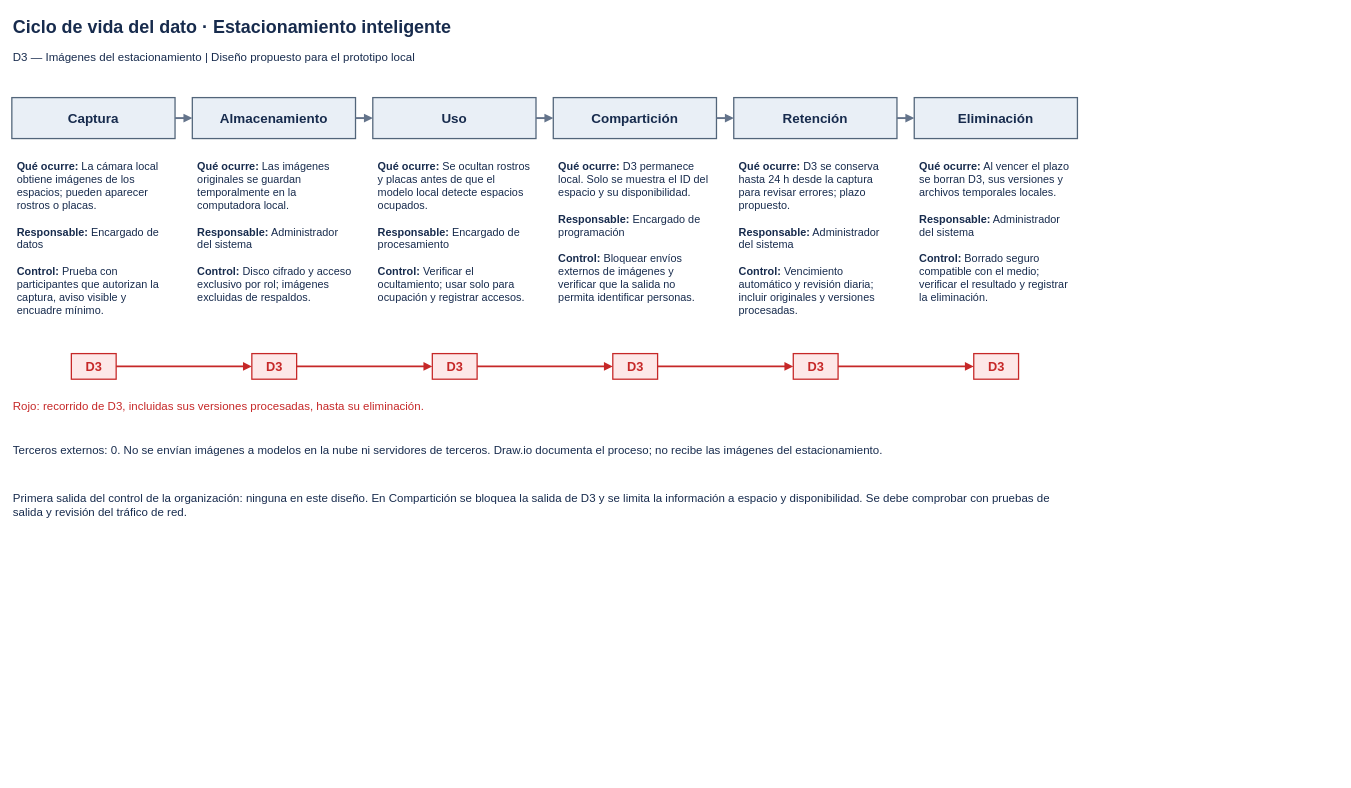
axelemiliano008-spec/ia-aplicada-2026 keeps this draw.io diagram as laboratorios/semana04/ciclo_vida_dato_proyecto.drawio. Above is the earlier version. Source tidied: cells renumbered, new cells numbered last; positions are measured from the earlier drawing's top-left corner, leaving out a move shared by most shapes. Both pictures are drawn from the tidied source at 64%, with x=0, y=0 at pixel (12, 11).
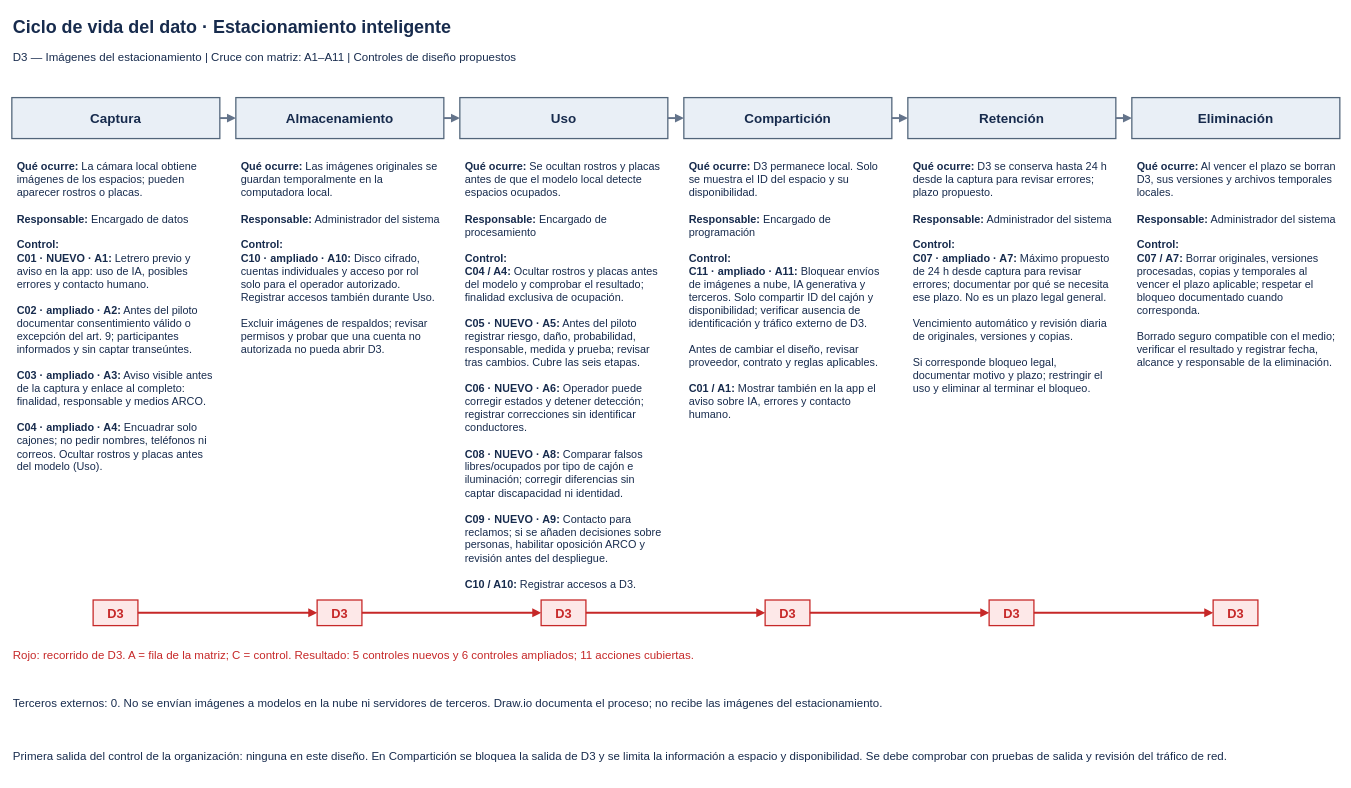
After the change.

Commit message (it also covers changes not shown here):
Semana 4: cruza matriz y diagrama de ciclo de vida

Añade cinco controles nuevos y amplía seis existentes. Relaciona las once acciones de la matriz con controles y etapas, actualiza el PNG editable e incorpora el reporte de validación.

Diff of the diagram source:
```diff
@@
     <mxCell id="2" value="Ciclo de vida del dato · Estacionamiento inteligente" style="text;html=1;whiteSpace=wrap;align=left;verticalAlign=middle;fontFamily=Arial;fontColor=#172B4D;fontSize=28;fontStyle=1;" parent="1" vertex="1">
-      <mxGeometry width="1650" height="48" as="geometry" />
+      <mxGeometry width="2075" height="48" as="geometry" />
     </mxCell>
-    <mxCell id="3" value="D3 — Imágenes del estacionamiento | Diseño propuesto para el prototipo local" style="text;html=1;whiteSpace=wrap;align=left;verticalAlign=middle;fontFamily=Arial;fontColor=#172B4D;fontSize=18;" parent="1" vertex="1">
-      <mxGeometry y="57" width="1650" height="32" as="geometry" />
+    <mxCell id="3" value="D3 — Imágenes del estacionamiento | Cruce con matriz: A1–A11 | Controles de diseño propuestos" style="text;html=1;whiteSpace=wrap;align=left;verticalAlign=middle;fontFamily=Arial;fontColor=#172B4D;fontSize=18;" parent="1" vertex="1">
+      <mxGeometry y="57" width="2075" height="32" as="geometry" />
     </mxCell>
     <mxCell id="4" value="Captura" style="rounded=0;whiteSpace=wrap;html=1;fillColor=#E9EFF6;strokeColor=#52657A;strokeWidth=2;fontFamily=Arial;fontSize=21;fontStyle=1;fontColor=#172B4D;" parent="1" vertex="1">
-      <mxGeometry y="135" width="255" height="64" as="geometry" />
+      <mxGeometry y="135" width="325" height="64" as="geometry" />
     </mxCell>
-    <mxCell id="5" value="&lt;b&gt;Qué ocurre:&lt;/b&gt; La cámara local obtiene imágenes de los espacios; pueden aparecer rostros o placas.&lt;br&gt;&lt;br&gt;&lt;b&gt;Responsable:&lt;/b&gt; Encargado de datos&lt;br&gt;&lt;br&gt;&lt;b&gt;Control:&lt;/b&gt; Prueba con participantes que autorizan la captura, aviso visible y encuadre mínimo." style="text;html=1;whiteSpace=wrap;align=left;verticalAlign=middle;fontFamily=Arial;fontColor=#172B4D;fontSize=17;verticalAlign=top;spacing=8;" parent="1" vertex="1">
-      <mxGeometry y="221" width="255" height="275" as="geometry" />
+    <mxCell id="5" value="&lt;b&gt;Qué ocurre:&lt;/b&gt; La cámara local obtiene imágenes de los espacios; pueden aparecer rostros o placas.&lt;br&gt;&lt;br&gt;&lt;b&gt;Responsable:&lt;/b&gt; Encargado de datos&lt;br&gt;&lt;br&gt;&lt;b&gt;Control:&lt;/b&gt;&lt;br&gt;&lt;b&gt;C01 · NUEVO · A1:&lt;/b&gt; Letrero previo y aviso en la app: uso de IA, posibles errores y contacto humano.&lt;br&gt;&lt;br&gt;&lt;b&gt;C02 · ampliado · A2:&lt;/b&gt; Antes del piloto documentar consentimiento válido o excepción del art. 9; participantes informados y sin captar transeúntes.&lt;br&gt;&lt;br&gt;&lt;b&gt;C03 · ampliado · A3:&lt;/b&gt; Aviso visible antes de la captura y enlace al completo: finalidad, responsable y medios ARCO.&lt;br&gt;&lt;br&gt;&lt;b&gt;C04 · ampliado · A4:&lt;/b&gt; Encuadrar solo cajones; no pedir nombres, teléfonos ni correos. Ocultar rostros y placas antes del modelo (Uso)." style="text;html=1;whiteSpace=wrap;align=left;verticalAlign=middle;fontFamily=Arial;fontColor=#172B4D;fontSize=17;verticalAlign=top;spacing=8;" parent="1" vertex="1">
+      <mxGeometry y="221" width="325" height="680" as="geometry" />
     </mxCell>
     <mxCell id="6" value="D3" style="rounded=0;html=1;fillColor=#FDE8E8;strokeColor=#C62828;strokeWidth=2;fontFamily=Arial;fontSize=20;fontStyle=1;fontColor=#C62828;" parent="1" vertex="1">
-      <mxGeometry x="93" y="535" width="70" height="40" as="geometry" />
+      <mxGeometry x="127" y="920" width="70" height="40" as="geometry" />
     </mxCell>
     <mxCell id="7" value="Almacenamiento" style="rounded=0;whiteSpace=wrap;html=1;fillColor=#E9EFF6;strokeColor=#52657A;strokeWidth=2;fontFamily=Arial;fontSize=21;fontStyle=1;fontColor=#172B4D;" parent="1" vertex="1">
-      <mxGeometry x="282" y="135" width="255" height="64" as="geometry" />
+      <mxGeometry x="350" y="135" width="325" height="64" as="geometry" />
     </mxCell>
-    <mxCell id="8" value="&lt;b&gt;Qué ocurre:&lt;/b&gt; Las imágenes originales se guardan temporalmente en la computadora local.&lt;br&gt;&lt;br&gt;&lt;b&gt;Responsable:&lt;/b&gt; Administrador del sistema&lt;br&gt;&lt;br&gt;&lt;b&gt;Control:&lt;/b&gt; Disco cifrado y acceso exclusivo por rol; imágenes excluidas de respaldos." style="text;html=1;whiteSpace=wrap;align=left;verticalAlign=middle;fontFamily=Arial;fontColor=#172B4D;fontSize=17;verticalAlign=top;spacing=8;" parent="1" vertex="1">
-      <mxGeometry x="282" y="221" width="255" height="275" as="geometry" />
+    <mxCell id="8" value="&lt;b&gt;Qué ocurre:&lt;/b&gt; Las imágenes originales se guardan temporalmente en la computadora local.&lt;br&gt;&lt;br&gt;&lt;b&gt;Responsable:&lt;/b&gt; Administrador del sistema&lt;br&gt;&lt;br&gt;&lt;b&gt;Control:&lt;/b&gt;&lt;br&gt;&lt;b&gt;C10 · ampliado · A10:&lt;/b&gt; Disco cifrado, cuentas individuales y acceso por rol solo para el operador autorizado. Registrar accesos también durante Uso.&lt;br&gt;&lt;br&gt;Excluir imágenes de respaldos; revisar permisos y probar que una cuenta no autorizada no pueda abrir D3." style="text;html=1;whiteSpace=wrap;align=left;verticalAlign=middle;fontFamily=Arial;fontColor=#172B4D;fontSize=17;verticalAlign=top;spacing=8;" parent="1" vertex="1">
+      <mxGeometry x="350" y="221" width="325" height="680" as="geometry" />
     </mxCell>
     <mxCell id="9" value="D3" style="rounded=0;html=1;fillColor=#FDE8E8;strokeColor=#C62828;strokeWidth=2;fontFamily=Arial;fontSize=20;fontStyle=1;fontColor=#C62828;" parent="1" vertex="1">
-      <mxGeometry x="375" y="535" width="70" height="40" as="geometry" />
+      <mxGeometry x="477" y="920" width="70" height="40" as="geometry" />
     </mxCell>
@@
     <mxCell id="12" value="Uso" style="rounded=0;whiteSpace=wrap;html=1;fillColor=#E9EFF6;strokeColor=#52657A;strokeWidth=2;fontFamily=Arial;fontSize=21;fontStyle=1;fontColor=#172B4D;" parent="1" vertex="1">
-      <mxGeometry x="564" y="135" width="255" height="64" as="geometry" />
+      <mxGeometry x="700" y="135" width="325" height="64" as="geometry" />
     </mxCell>
-    <mxCell id="13" value="&lt;b&gt;Qué ocurre:&lt;/b&gt; Se ocultan rostros y placas antes de que el modelo local detecte espacios ocupados.&lt;br&gt;&lt;br&gt;&lt;b&gt;Responsable:&lt;/b&gt; Encargado de procesamiento&lt;br&gt;&lt;br&gt;&lt;b&gt;Control:&lt;/b&gt; Verificar el ocultamiento; usar solo para ocupación y registrar accesos." style="text;html=1;whiteSpace=wrap;align=left;verticalAlign=middle;fontFamily=Arial;fontColor=#172B4D;fontSize=17;verticalAlign=top;spacing=8;" parent="1" vertex="1">
-      <mxGeometry x="564" y="221" width="255" height="275" as="geometry" />
+    <mxCell id="13" value="&lt;b&gt;Qué ocurre:&lt;/b&gt; Se ocultan rostros y placas antes de que el modelo local detecte espacios ocupados.&lt;br&gt;&lt;br&gt;&lt;b&gt;Responsable:&lt;/b&gt; Encargado de procesamiento&lt;br&gt;&lt;br&gt;&lt;b&gt;Control:&lt;/b&gt;&lt;br&gt;&lt;b&gt;C04 / A4:&lt;/b&gt; Ocultar rostros y placas antes del modelo y comprobar el resultado; finalidad exclusiva de ocupación.&lt;br&gt;&lt;br&gt;&lt;b&gt;C05 · NUEVO · A5:&lt;/b&gt; Antes del piloto registrar riesgo, daño, probabilidad, responsable, medida y prueba; revisar tras cambios. Cubre las seis etapas.&lt;br&gt;&lt;br&gt;&lt;b&gt;C06 · NUEVO · A6:&lt;/b&gt; Operador puede corregir estados y detener detección; registrar correcciones sin identificar conductores.&lt;br&gt;&lt;br&gt;&lt;b&gt;C08 · NUEVO · A8:&lt;/b&gt; Comparar falsos libres/ocupados por tipo de cajón e iluminación; corregir diferencias sin captar discapacidad ni identidad.&lt;br&gt;&lt;br&gt;&lt;b&gt;C09 · NUEVO · A9:&lt;/b&gt; Contacto para reclamos; si se añaden decisiones sobre personas, habilitar oposición ARCO y revisión antes del despliegue.&lt;br&gt;&lt;br&gt;&lt;b&gt;C10 / A10:&lt;/b&gt; Registrar accesos a D3." style="text;html=1;whiteSpace=wrap;align=left;verticalAlign=middle;fontFamily=Arial;fontColor=#172B4D;fontSize=17;verticalAlign=top;spacing=8;" parent="1" vertex="1">
+      <mxGeometry x="700" y="221" width="325" height="680" as="geometry" />
     </mxCell>
     <mxCell id="14" value="D3" style="rounded=0;html=1;fillColor=#FDE8E8;strokeColor=#C62828;strokeWidth=2;fontFamily=Arial;fontSize=20;fontStyle=1;fontColor=#C62828;" parent="1" vertex="1">
-      <mxGeometry x="657" y="535" width="70" height="40" as="geometry" />
+      <mxGeometry x="827" y="920" width="70" height="40" as="geometry" />
     </mxCell>
@@
     <mxCell id="17" value="Compartición" style="rounded=0;whiteSpace=wrap;html=1;fillColor=#E9EFF6;strokeColor=#52657A;strokeWidth=2;fontFamily=Arial;fontSize=21;fontStyle=1;fontColor=#172B4D;" parent="1" vertex="1">
-      <mxGeometry x="846" y="135" width="255" height="64" as="geometry" />
+      <mxGeometry x="1050" y="135" width="325" height="64" as="geometry" />
     </mxCell>
-    <mxCell id="18" value="&lt;b&gt;Qué ocurre:&lt;/b&gt; D3 permanece local. Solo se muestra el ID del espacio y su disponibilidad.&lt;br&gt;&lt;br&gt;&lt;b&gt;Responsable:&lt;/b&gt; Encargado de programación&lt;br&gt;&lt;br&gt;&lt;b&gt;Control:&lt;/b&gt; Bloquear envíos externos de imágenes y verificar que la salida no permita identificar personas." style="text;html=1;whiteSpace=wrap;align=left;verticalAlign=middle;fontFamily=Arial;fontColor=#172B4D;fontSize=17;verticalAlign=top;spacing=8;" parent="1" vertex="1">
-      <mxGeometry x="846" y="221" width="255" height="275" as="geometry" />
+    <mxCell id="18" value="&lt;b&gt;Qué ocurre:&lt;/b&gt; D3 permanece local. Solo se muestra el ID del espacio y su disponibilidad.&lt;br&gt;&lt;br&gt;&lt;b&gt;Responsable:&lt;/b&gt; Encargado de programación&lt;br&gt;&lt;br&gt;&lt;b&gt;Control:&lt;/b&gt;&lt;br&gt;&lt;b&gt;C11 · ampliado · A11:&lt;/b&gt; Bloquear envíos de imágenes a nube, IA generativa y terceros. Solo compartir ID del cajón y disponibilidad; verificar ausencia de identificación y tráfico externo de D3.&lt;br&gt;&lt;br&gt;Antes de cambiar el diseño, revisar proveedor, contrato y reglas aplicables.&lt;br&gt;&lt;br&gt;&lt;b&gt;C01 / A1:&lt;/b&gt; Mostrar también en la app el aviso sobre IA, errores y contacto humano." style="text;html=1;whiteSpace=wrap;align=left;verticalAlign=middle;fontFamily=Arial;fontColor=#172B4D;fontSize=17;verticalAlign=top;spacing=8;" parent="1" vertex="1">
+      <mxGeometry x="1050" y="221" width="325" height="680" as="geometry" />
     </mxCell>
     <mxCell id="19" value="D3" style="rounded=0;html=1;fillColor=#FDE8E8;strokeColor=#C62828;strokeWidth=2;fontFamily=Arial;fontSize=20;fontStyle=1;fontColor=#C62828;" parent="1" vertex="1">
-      <mxGeometry x="939" y="535" width="70" height="40" as="geometry" />
+      <mxGeometry x="1177" y="920" width="70" height="40" as="geometry" />
     </mxCell>
@@
     <mxCell id="22" value="Retención" style="rounded=0;whiteSpace=wrap;html=1;fillColor=#E9EFF6;strokeColor=#52657A;strokeWidth=2;fontFamily=Arial;fontSize=21;fontStyle=1;fontColor=#172B4D;" parent="1" vertex="1">
-      <mxGeometry x="1128" y="135" width="255" height="64" as="geometry" />
+      <mxGeometry x="1400" y="135" width="325" height="64" as="geometry" />
     </mxCell>
-    <mxCell id="23" value="&lt;b&gt;Qué ocurre:&lt;/b&gt; D3 se conserva hasta 24 h desde la captura para revisar errores; plazo propuesto.&lt;br&gt;&lt;br&gt;&lt;b&gt;Responsable:&lt;/b&gt; Administrador del sistema&lt;br&gt;&lt;br&gt;&lt;b&gt;Control:&lt;/b&gt; Vencimiento automático y revisión diaria; incluir originales y versiones procesadas." style="text;html=1;whiteSpace=wrap;align=left;verticalAlign=middle;fontFamily=Arial;fontColor=#172B4D;fontSize=17;verticalAlign=top;spacing=8;" parent="1" vertex="1">
-      <mxGeometry x="1128" y="221" width="255" height="275" as="geometry" />
+    <mxCell id="23" value="&lt;b&gt;Qué ocurre:&lt;/b&gt; D3 se conserva hasta 24 h desde la captura para revisar errores; plazo propuesto.&lt;br&gt;&lt;br&gt;&lt;b&gt;Responsable:&lt;/b&gt; Administrador del sistema&lt;br&gt;&lt;br&gt;&lt;b&gt;Control:&lt;/b&gt;&lt;br&gt;&lt;b&gt;C07 · ampliado · A7:&lt;/b&gt; Máximo propuesto de 24 h desde captura para revisar errores; documentar por qué se necesita ese plazo. No es un plazo legal general.&lt;br&gt;&lt;br&gt;Vencimiento automático y revisión diaria de originales, versiones y copias.&lt;br&gt;&lt;br&gt;Si corresponde bloqueo legal, documentar motivo y plazo; restringir el uso y eliminar al terminar el bloqueo." style="text;html=1;whiteSpace=wrap;align=left;verticalAlign=middle;fontFamily=Arial;fontColor=#172B4D;fontSize=17;verticalAlign=top;spacing=8;" parent="1" vertex="1">
+      <mxGeometry x="1400" y="221" width="325" height="680" as="geometry" />
     </mxCell>
     <mxCell id="24" value="D3" style="rounded=0;html=1;fillColor=#FDE8E8;strokeColor=#C62828;strokeWidth=2;fontFamily=Arial;fontSize=20;fontStyle=1;fontColor=#C62828;" parent="1" vertex="1">
-      <mxGeometry x="1221" y="535" width="70" height="40" as="geometry" />
+      <mxGeometry x="1527" y="920" width="70" height="40" as="geometry" />
     </mxCell>
@@
     <mxCell id="27" value="Eliminación" style="rounded=0;whiteSpace=wrap;html=1;fillColor=#E9EFF6;strokeColor=#52657A;strokeWidth=2;fontFamily=Arial;fontSize=21;fontStyle=1;fontColor=#172B4D;" parent="1" vertex="1">
-      <mxGeometry x="1410" y="135" width="255" height="64" as="geometry" />
+      <mxGeometry x="1750" y="135" width="325" height="64" as="geometry" />
     </mxCell>
-    <mxCell id="28" value="&lt;b&gt;Qué ocurre:&lt;/b&gt; Al vencer el plazo se borran D3, sus versiones y archivos temporales locales.&lt;br&gt;&lt;br&gt;&lt;b&gt;Responsable:&lt;/b&gt; Administrador del sistema&lt;br&gt;&lt;br&gt;&lt;b&gt;Control:&lt;/b&gt; Borrado seguro compatible con el medio; verificar el resultado y registrar la eliminación." style="text;html=1;whiteSpace=wrap;align=left;verticalAlign=middle;fontFamily=Arial;fontColor=#172B4D;fontSize=17;verticalAlign=top;spacing=8;" parent="1" vertex="1">
-      <mxGeometry x="1410" y="221" width="255" height="275" as="geometry" />
+    <mxCell id="28" value="&lt;b&gt;Qué ocurre:&lt;/b&gt; Al vencer el plazo se borran D3, sus versiones y archivos temporales locales.&lt;br&gt;&lt;br&gt;&lt;b&gt;Responsable:&lt;/b&gt; Administrador del sistema&lt;br&gt;&lt;br&gt;&lt;b&gt;Control:&lt;/b&gt;&lt;br&gt;&lt;b&gt;C07 / A7:&lt;/b&gt; Borrar originales, versiones procesadas, copias y temporales al vencer el plazo aplicable; respetar el bloqueo documentado cuando corresponda.&lt;br&gt;&lt;br&gt;Borrado seguro compatible con el medio; verificar el resultado y registrar fecha, alcance y responsable de la eliminación." style="text;html=1;whiteSpace=wrap;align=left;verticalAlign=middle;fontFamily=Arial;fontColor=#172B4D;fontSize=17;verticalAlign=top;spacing=8;" parent="1" vertex="1">
+      <mxGeometry x="1750" y="221" width="325" height="680" as="geometry" />
     </mxCell>
     <mxCell id="29" value="D3" style="rounded=0;html=1;fillColor=#FDE8E8;strokeColor=#C62828;strokeWidth=2;fontFamily=Arial;fontSize=20;fontStyle=1;fontColor=#C62828;" parent="1" vertex="1">
-      <mxGeometry x="1503" y="535" width="70" height="40" as="geometry" />
+      <mxGeometry x="1877" y="920" width="70" height="40" as="geometry" />
     </mxCell>
@@
-    <mxCell id="32" value="Rojo: recorrido de D3, incluidas sus versiones procesadas, hasta su eliminación." style="text;html=1;whiteSpace=wrap;align=left;verticalAlign=middle;fontFamily=Arial;fontColor=#172B4D;fontSize=18;fontColor=#C62828;" parent="1" vertex="1">
-      <mxGeometry y="599" width="1650" height="36" as="geometry" />
+    <mxCell id="32" value="Rojo: recorrido de D3. A = fila de la matriz; C = control. Resultado: 5 controles nuevos y 6 controles ampliados; 11 acciones cubiertas." style="text;html=1;whiteSpace=wrap;align=left;verticalAlign=middle;fontFamily=Arial;fontColor=#172B4D;fontSize=18;fontColor=#C62828;" parent="1" vertex="1">
+      <mxGeometry y="985" width="2075" height="42" as="geometry" />
     </mxCell>
     <mxCell id="33" value="Terceros externos: 0. No se envían imágenes a modelos en la nube ni servidores de terceros. Draw.io documenta el proceso; no recibe las imágenes del estacionamiento." style="text;html=1;whiteSpace=wrap;align=left;verticalAlign=middle;fontFamily=Arial;fontColor=#172B4D;fontSize=18;" parent="1" vertex="1">
-      <mxGeometry y="656" width="1665" height="62" as="geometry" />
+      <mxGeometry y="1050" width="2075" height="62" as="geometry" />
     </mxCell>
     <mxCell id="34" value="Primera salida del control de la organización: ninguna en este diseño. En Compartición se bloquea la salida de D3 y se limita la información a espacio y disponibilidad. Se debe comprobar con pruebas de salida y revisión del tráfico de red." style="text;html=1;whiteSpace=wrap;align=left;verticalAlign=middle;fontFamily=Arial;fontColor=#172B4D;fontSize=18;" parent="1" vertex="1">
-      <mxGeometry y="738" width="1665" height="68" as="geometry" />
+      <mxGeometry y="1130" width="2075" height="68" as="geometry" />
     </mxCell>
```
